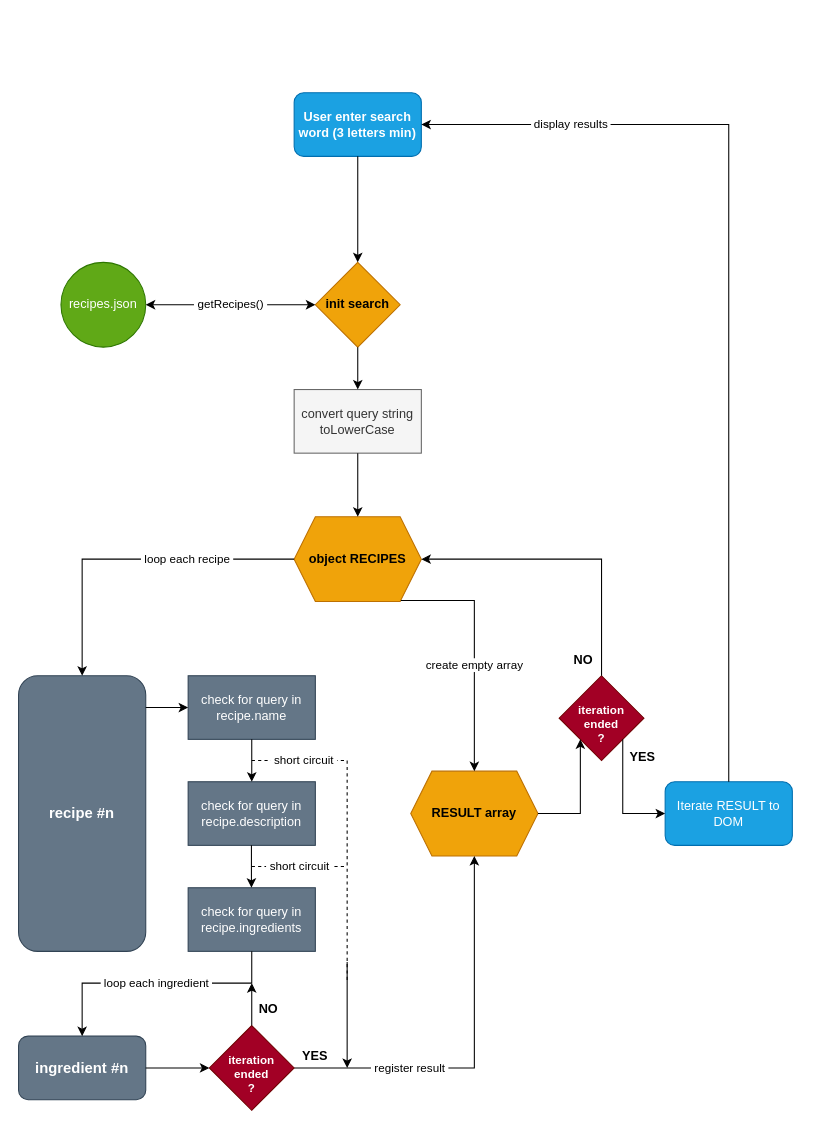
The draw.io diagram algo_tests/petitsPlats_search_loop.drawio in Peanuts-83/ThomasRanque_7_11022022, before the edit. Source tidied: cells renumbered, new cells numbered last; positions are measured from the earlier drawing's top-left corner, leaving out a move shared by most shapes. Both pictures are drawn from the tidied source at 106%, with x=0, y=0 at pixel (18, 92).
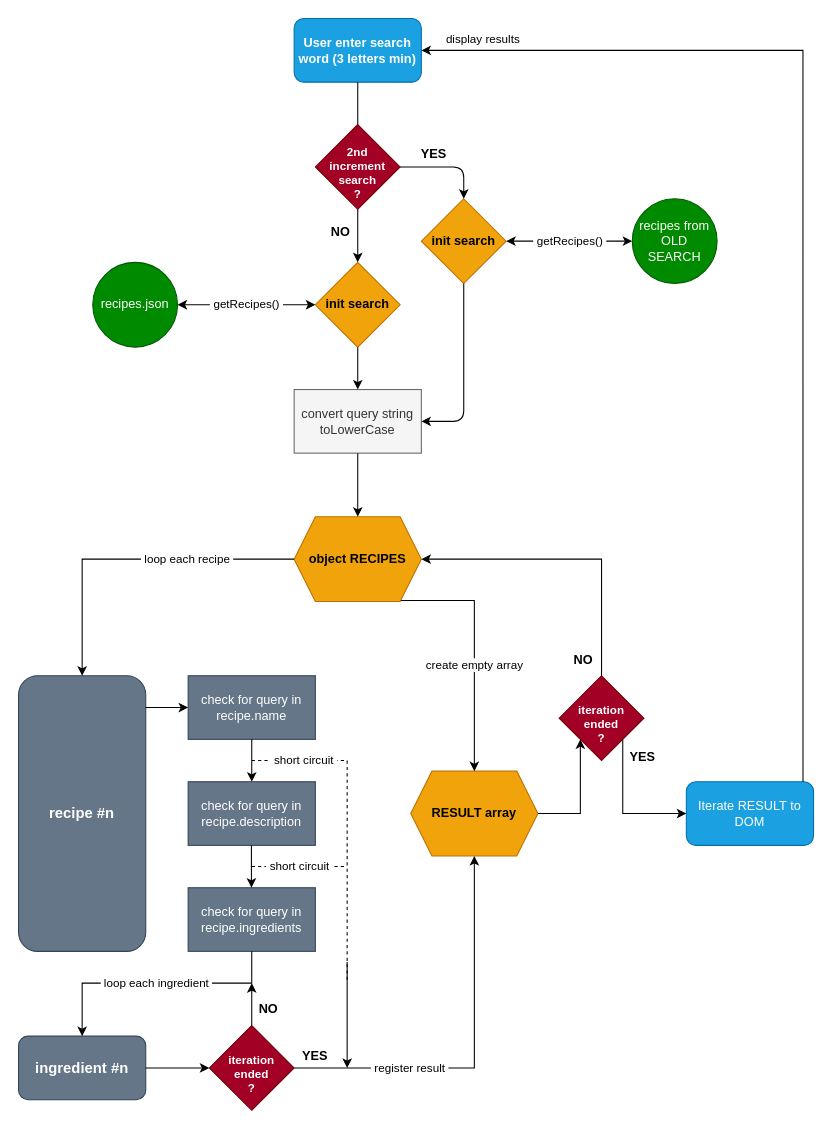
The same diagram, later.

Commit message (it also covers changes not shown here):
algorigram update & search comment

The change refers to these unchanged cells:
```xml
<mxCell id="5" value="convert query string toLowerCase" style="rounded=0;whiteSpace=wrap;html=1;fillColor=#f5f5f5;fontColor=#333333;strokeColor=#666666;" parent="1" vertex="1">
  <mxGeometry x="260" y="280" width="120" height="60" as="geometry" />
</mxCell>
```

The edit, as a diff of the source:
```diff
@@
     <mxCell id="2" value="User enter search word (3 letters min)" style="rounded=1;whiteSpace=wrap;html=1;fillColor=#1ba1e2;strokeColor=#006EAF;fontStyle=1;fontColor=#ffffff;" parent="1" vertex="1">
-      <mxGeometry x="260" width="120" height="60" as="geometry" />
+      <mxGeometry x="260" y="-70" width="120" height="60" as="geometry" />
     </mxCell>
@@
-    <mxCell id="4" value="recipes.json" style="ellipse;whiteSpace=wrap;html=1;fillColor=#60a917;strokeColor=#2D7600;fontColor=#ffffff;" parent="1" vertex="1">
-      <mxGeometry x="40" y="160" width="80" height="80" as="geometry" />
+    <mxCell id="4" value="recipes.json" style="ellipse;whiteSpace=wrap;html=1;fillColor=#008a00;strokeColor=#005700;fontColor=#ffffff;" parent="1" vertex="1">
+      <mxGeometry x="70" y="160" width="80" height="80" as="geometry" />
     </mxCell>
@@
     <mxCell id="13" value="Iterate RESULT to DOM" style="rounded=1;whiteSpace=wrap;html=1;fillColor=#1ba1e2;fontColor=#ffffff;strokeColor=#006EAF;" parent="1" vertex="1">
-      <mxGeometry x="610" y="650" width="120" height="60" as="geometry" />
+      <mxGeometry x="630" y="650" width="120" height="60" as="geometry" />
     </mxCell>
@@
-    <mxCell id="30" value="&amp;nbsp;display results&amp;nbsp;" style="endArrow=classic;html=1;rounded=0;exitX=0.5;exitY=0;exitDx=0;exitDy=0;entryX=1;entryY=0.5;entryDx=0;entryDy=0;" parent="1" edge="1" source="13" target="2">
-      <mxGeometry x="0.69" relative="1" as="geometry">
+    <mxCell id="30" value="&amp;nbsp;display results&amp;nbsp;" style="endArrow=classic;html=1;rounded=0;exitX=0.917;exitY=0;exitDx=0;exitDy=0;entryX=1;entryY=0.5;entryDx=0;entryDy=0;exitPerimeter=0;" parent="1" edge="1" source="13">
+      <mxGeometry x="0.89" y="-10" relative="1" as="geometry">
+        <mxPoint x="380" y="-40" as="targetPoint" />
         <Array as="points">
-          <mxPoint x="670" y="30" />
+          <mxPoint x="740" y="-40" />
         </Array>
       </mxGeometry>
     </mxCell>
@@
+    <mxCell id="40" value="init search" style="rhombus;whiteSpace=wrap;html=1;fillColor=#f0a30a;strokeColor=#BD7000;fontStyle=1;fontColor=#000000;" parent="1" vertex="1">
+      <mxGeometry x="380" y="100" width="80" height="80" as="geometry" />
+    </mxCell>
+    <mxCell id="41" value="2nd&lt;br&gt;increment search &lt;br&gt;?" style="rhombus;whiteSpace=wrap;html=1;fillColor=#a20025;strokeColor=#6F0000;fontStyle=1;fontSize=11;verticalAlign=middle;labelPosition=center;verticalLabelPosition=middle;align=center;spacingTop=11;fontColor=#ffffff;" parent="1" vertex="1">
+      <mxGeometry x="280" y="30" width="80" height="80" as="geometry" />
+    </mxCell>
+    <mxCell id="42" value="NO" style="text;html=1;strokeColor=none;fillColor=none;align=center;verticalAlign=middle;whiteSpace=wrap;rounded=0;fontStyle=1;" parent="1" vertex="1">
+      <mxGeometry x="274" y="117" width="60" height="30" as="geometry" />
+    </mxCell>
+    <mxCell id="43" style="endArrow=classic;html=1;exitX=1;exitY=0.5;exitDx=0;exitDy=0;entryX=0.5;entryY=0;entryDx=0;entryDy=0;" parent="1" edge="1" source="41" target="40">
+      <mxGeometry relative="1" as="geometry">
+        <Array as="points">
+          <mxPoint x="420" y="70" />
+        </Array>
+      </mxGeometry>
+    </mxCell>
+    <mxCell id="44" value="YES" style="text;html=1;strokeColor=none;fillColor=none;align=center;verticalAlign=middle;whiteSpace=wrap;rounded=0;fontStyle=1;" parent="1" vertex="1">
+      <mxGeometry x="362" y="43" width="60" height="30" as="geometry" />
+    </mxCell>
+    <mxCell id="45" value="recipes from OLD SEARCH" style="ellipse;whiteSpace=wrap;html=1;fillColor=#008a00;strokeColor=#005700;fontColor=#ffffff;" parent="1" vertex="1">
+      <mxGeometry x="579" y="100" width="80" height="80" as="geometry" />
+    </mxCell>
+    <mxCell id="46" value="&amp;nbsp;getRecipes()&amp;nbsp;" style="endArrow=classic;startArrow=classic;html=1;rounded=0;entryX=0;entryY=0.5;entryDx=0;entryDy=0;exitX=1;exitY=0.5;exitDx=0;exitDy=0;" parent="1" edge="1" source="40" target="45">
+      <mxGeometry relative="1" as="geometry" />
+    </mxCell>
+    <mxCell id="47" style="endArrow=classic;html=1;exitX=0.5;exitY=1;exitDx=0;exitDy=0;entryX=1;entryY=0.5;entryDx=0;entryDy=0;" parent="1" edge="1" source="40" target="5">
+      <mxGeometry relative="1" as="geometry">
+        <Array as="points">
+          <mxPoint x="420" y="310" />
+        </Array>
+      </mxGeometry>
+    </mxCell>
```
